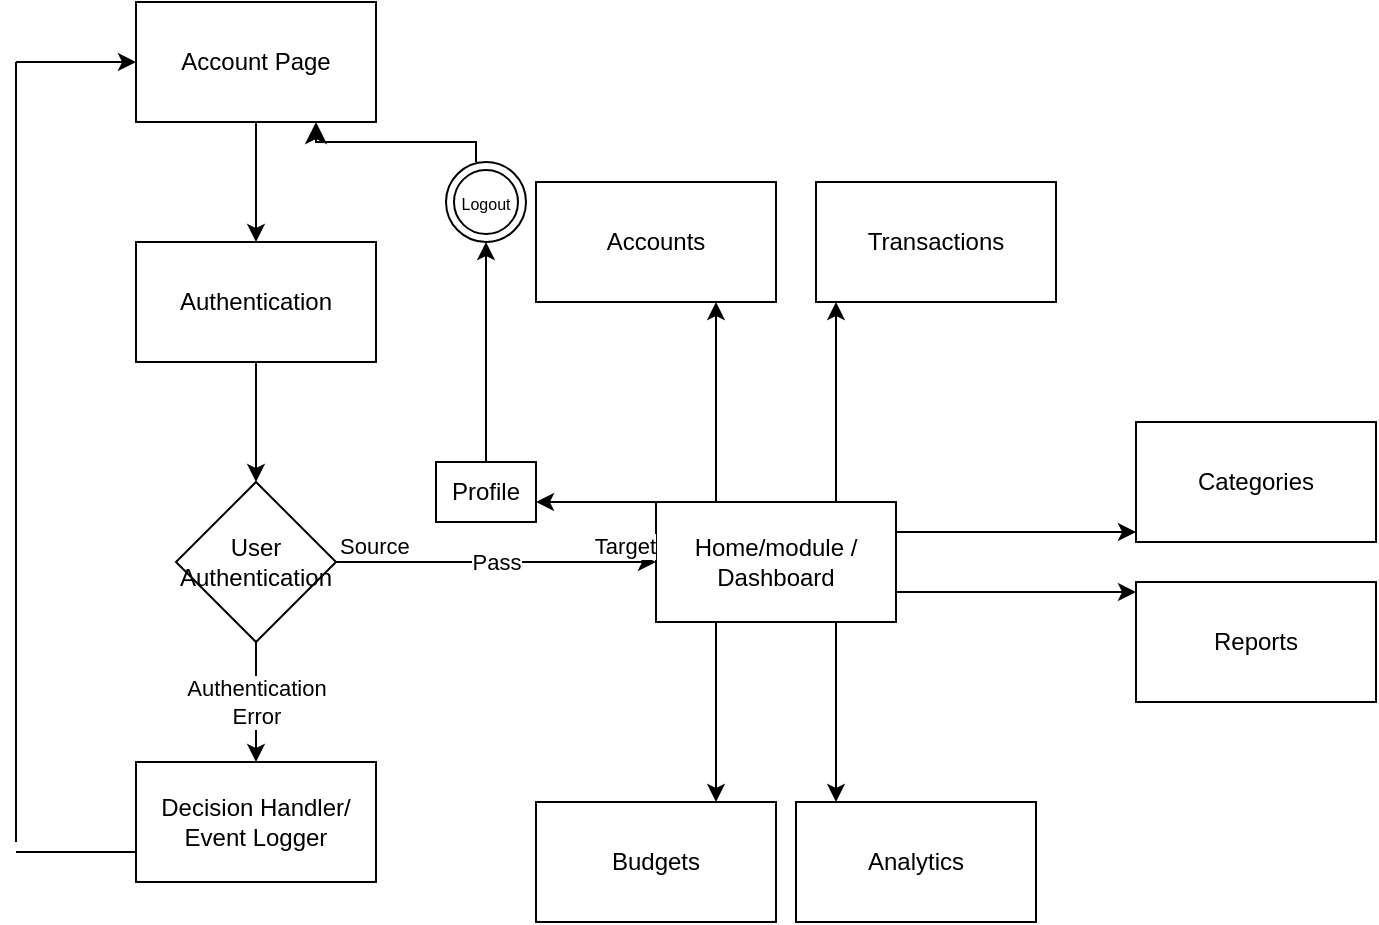
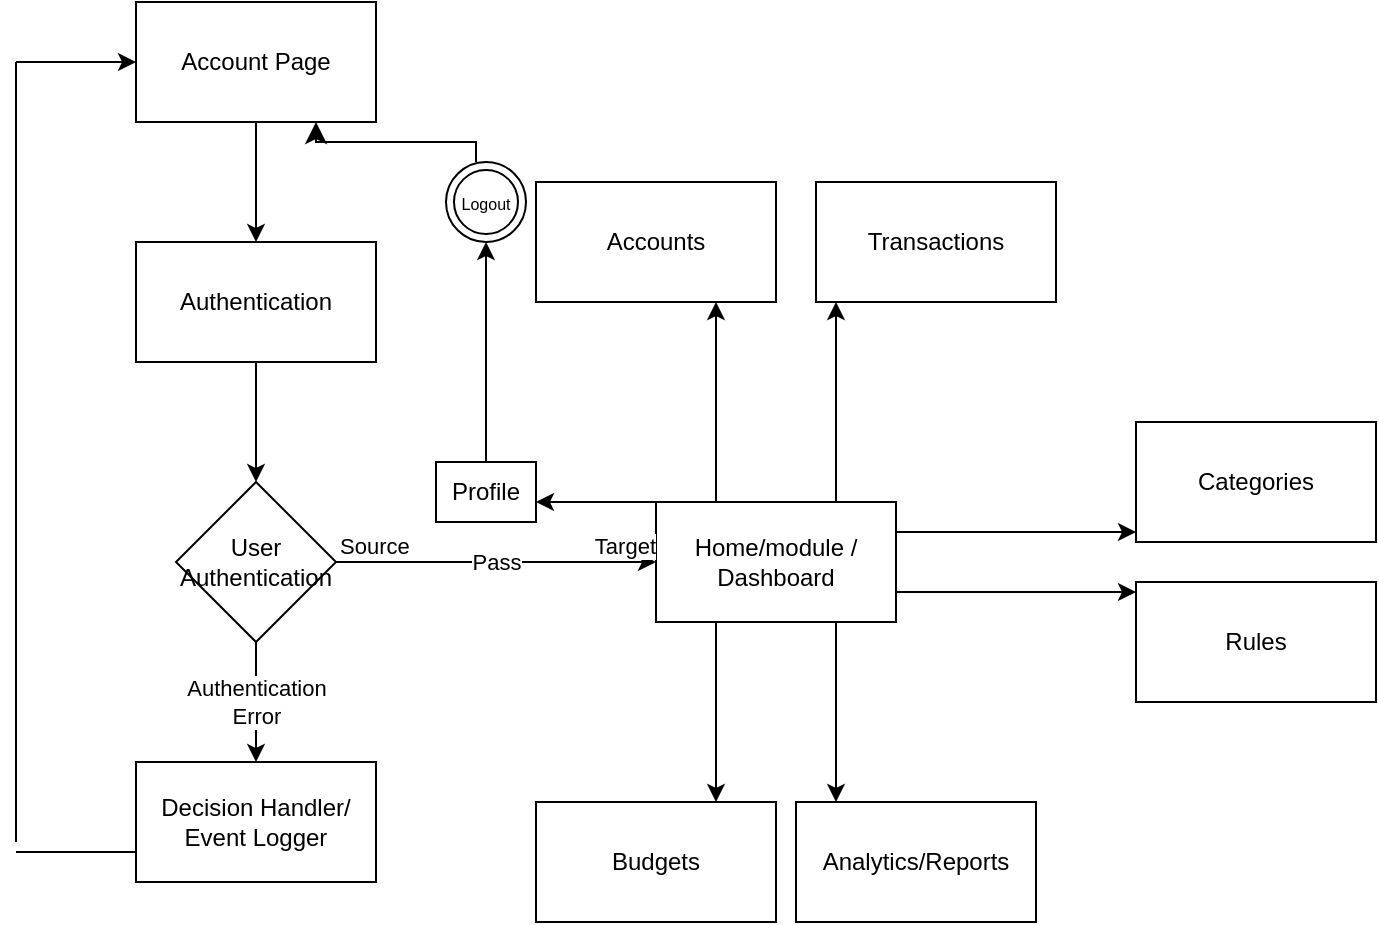
<mxfile host="app.diagrams.net" agent="Mozilla/5.0 (Windows NT 10.0; Win64; x64) AppleWebKit/537.36 (KHTML, like Gecko) Chrome/139.0.0.0 Safari/537.36" version="28.1.0">
  <diagram name="Page-1" id="GulApN4WPxvMzPRhlIXC">
    <mxGraphModel dx="1881" dy="541" grid="1" gridSize="10" guides="1" tooltips="1" connect="1" arrows="1" fold="1" page="1" pageScale="1" pageWidth="850" pageHeight="1100" math="0" shadow="0">
      <root>
        <mxCell id="0" />
        <mxCell id="1" parent="0" />
        <mxCell id="rlmv7btFgNykXjglH9dx-1" value="Account Page" style="rounded=0;whiteSpace=wrap;html=1;" parent="1" vertex="1">
          <mxGeometry x="20" y="80" width="120" height="60" as="geometry" />
        </mxCell>
        <mxCell id="rlmv7btFgNykXjglH9dx-2" value="" style="endArrow=classic;html=1;rounded=0;exitX=0.5;exitY=1;exitDx=0;exitDy=0;entryX=0.5;entryY=0;entryDx=0;entryDy=0;" parent="1" source="rlmv7btFgNykXjglH9dx-1" target="rlmv7btFgNykXjglH9dx-4" edge="1">
          <mxGeometry width="50" height="50" relative="1" as="geometry">
            <mxPoint x="90" y="150" as="sourcePoint" />
            <mxPoint x="240" y="110" as="targetPoint" />
          </mxGeometry>
        </mxCell>
        <mxCell id="rlmv7btFgNykXjglH9dx-4" value="Authentication" style="rounded=0;whiteSpace=wrap;html=1;" parent="1" vertex="1">
          <mxGeometry x="20" y="200" width="120" height="60" as="geometry" />
        </mxCell>
        <mxCell id="rlmv7btFgNykXjglH9dx-6" value="User Authentication" style="rhombus;whiteSpace=wrap;html=1;" parent="1" vertex="1">
          <mxGeometry x="40" y="320" width="80" height="80" as="geometry" />
        </mxCell>
        <mxCell id="rlmv7btFgNykXjglH9dx-7" value="" style="endArrow=classic;html=1;rounded=0;exitX=0.5;exitY=1;exitDx=0;exitDy=0;" parent="1" source="rlmv7btFgNykXjglH9dx-4" target="rlmv7btFgNykXjglH9dx-6" edge="1">
          <mxGeometry width="50" height="50" relative="1" as="geometry">
            <mxPoint x="80" y="280" as="sourcePoint" />
            <mxPoint x="130" y="230" as="targetPoint" />
          </mxGeometry>
        </mxCell>
        <mxCell id="rlmv7btFgNykXjglH9dx-11" value="Home/module / Dashboard" style="rounded=0;whiteSpace=wrap;html=1;" parent="1" vertex="1">
          <mxGeometry x="280" y="330" width="120" height="60" as="geometry" />
        </mxCell>
        <mxCell id="rlmv7btFgNykXjglH9dx-12" value="Pass" style="endArrow=classic;html=1;rounded=0;entryX=0;entryY=0.5;entryDx=0;entryDy=0;" parent="1" target="rlmv7btFgNykXjglH9dx-11" edge="1">
          <mxGeometry relative="1" as="geometry">
            <mxPoint x="120" y="360" as="sourcePoint" />
            <mxPoint x="240" y="360" as="targetPoint" />
          </mxGeometry>
        </mxCell>
        <mxCell id="rlmv7btFgNykXjglH9dx-14" value="Source" style="edgeLabel;resizable=0;html=1;;align=left;verticalAlign=bottom;" parent="rlmv7btFgNykXjglH9dx-12" connectable="0" vertex="1">
          <mxGeometry x="-1" relative="1" as="geometry" />
        </mxCell>
        <mxCell id="rlmv7btFgNykXjglH9dx-15" value="Target" style="edgeLabel;resizable=0;html=1;;align=right;verticalAlign=bottom;" parent="rlmv7btFgNykXjglH9dx-12" connectable="0" vertex="1">
          <mxGeometry x="1" relative="1" as="geometry" />
        </mxCell>
        <mxCell id="rlmv7btFgNykXjglH9dx-16" value="Decision Handler/ Event Logger" style="rounded=0;whiteSpace=wrap;html=1;" parent="1" vertex="1">
          <mxGeometry x="20" y="460" width="120" height="60" as="geometry" />
        </mxCell>
        <mxCell id="rlmv7btFgNykXjglH9dx-18" value="" style="endArrow=classic;html=1;rounded=0;exitX=0.5;exitY=1;exitDx=0;exitDy=0;entryX=0.5;entryY=0;entryDx=0;entryDy=0;" parent="1" source="rlmv7btFgNykXjglH9dx-6" target="rlmv7btFgNykXjglH9dx-16" edge="1">
          <mxGeometry relative="1" as="geometry">
            <mxPoint x="240" y="450" as="sourcePoint" />
            <mxPoint x="400" y="450" as="targetPoint" />
          </mxGeometry>
        </mxCell>
        <mxCell id="rlmv7btFgNykXjglH9dx-19" value="Authentication&lt;div&gt;Error&lt;/div&gt;" style="edgeLabel;resizable=0;html=1;;align=center;verticalAlign=middle;" parent="rlmv7btFgNykXjglH9dx-18" connectable="0" vertex="1">
          <mxGeometry relative="1" as="geometry" />
        </mxCell>
        <mxCell id="rlmv7btFgNykXjglH9dx-24" value="" style="endArrow=classic;html=1;rounded=0;entryX=0;entryY=0.5;entryDx=0;entryDy=0;" parent="1" target="rlmv7btFgNykXjglH9dx-1" edge="1">
          <mxGeometry width="50" height="50" relative="1" as="geometry">
            <mxPoint x="-40" y="110" as="sourcePoint" />
            <mxPoint x="220" y="240" as="targetPoint" />
          </mxGeometry>
        </mxCell>
        <mxCell id="rlmv7btFgNykXjglH9dx-26" value="" style="endArrow=none;html=1;rounded=0;" parent="1" edge="1">
          <mxGeometry width="50" height="50" relative="1" as="geometry">
            <mxPoint x="-40" y="110" as="sourcePoint" />
            <mxPoint x="-40" y="500" as="targetPoint" />
          </mxGeometry>
        </mxCell>
        <mxCell id="rlmv7btFgNykXjglH9dx-28" value="" style="endArrow=none;html=1;rounded=0;" parent="1" edge="1">
          <mxGeometry width="50" height="50" relative="1" as="geometry">
            <mxPoint x="-40" y="505" as="sourcePoint" />
            <mxPoint x="20" y="505" as="targetPoint" />
          </mxGeometry>
        </mxCell>
        <mxCell id="tjxwa1OgpTy0bqbMmFWm-2" value="" style="endArrow=classic;html=1;rounded=0;exitX=0.25;exitY=0;exitDx=0;exitDy=0;entryX=0.75;entryY=1;entryDx=0;entryDy=0;" edge="1" parent="1" source="rlmv7btFgNykXjglH9dx-11" target="tjxwa1OgpTy0bqbMmFWm-3">
          <mxGeometry width="50" height="50" relative="1" as="geometry">
            <mxPoint x="320" y="310" as="sourcePoint" />
            <mxPoint x="340" y="240" as="targetPoint" />
            <Array as="points" />
          </mxGeometry>
        </mxCell>
        <mxCell id="tjxwa1OgpTy0bqbMmFWm-3" value="Accounts" style="rounded=0;whiteSpace=wrap;html=1;" vertex="1" parent="1">
          <mxGeometry x="220" y="170" width="120" height="60" as="geometry" />
        </mxCell>
        <mxCell id="tjxwa1OgpTy0bqbMmFWm-4" value="Budgets" style="rounded=0;whiteSpace=wrap;html=1;" vertex="1" parent="1">
          <mxGeometry x="220" y="480" width="120" height="60" as="geometry" />
        </mxCell>
        <mxCell id="tjxwa1OgpTy0bqbMmFWm-5" value="" style="endArrow=classic;html=1;rounded=0;exitX=0.25;exitY=1;exitDx=0;exitDy=0;entryX=0.75;entryY=0;entryDx=0;entryDy=0;" edge="1" parent="1" source="rlmv7btFgNykXjglH9dx-11" target="tjxwa1OgpTy0bqbMmFWm-4">
          <mxGeometry width="50" height="50" relative="1" as="geometry">
            <mxPoint x="350" y="450" as="sourcePoint" />
            <mxPoint x="280" y="470" as="targetPoint" />
          </mxGeometry>
        </mxCell>
        <mxCell id="tjxwa1OgpTy0bqbMmFWm-6" value="" style="endArrow=classic;html=1;rounded=0;exitX=1;exitY=0.25;exitDx=0;exitDy=0;" edge="1" parent="1" source="rlmv7btFgNykXjglH9dx-11">
          <mxGeometry width="50" height="50" relative="1" as="geometry">
            <mxPoint x="460" y="350" as="sourcePoint" />
            <mxPoint x="520" y="345" as="targetPoint" />
          </mxGeometry>
        </mxCell>
        <mxCell id="tjxwa1OgpTy0bqbMmFWm-7" value="" style="endArrow=classic;html=1;rounded=0;exitX=0.75;exitY=1;exitDx=0;exitDy=0;" edge="1" parent="1" source="rlmv7btFgNykXjglH9dx-11">
          <mxGeometry width="50" height="50" relative="1" as="geometry">
            <mxPoint x="470" y="420" as="sourcePoint" />
            <mxPoint x="370" y="480" as="targetPoint" />
          </mxGeometry>
        </mxCell>
-         <mxCell id="tjxwa1OgpTy0bqbMmFWm-8" value="Analytics" style="rounded=0;whiteSpace=wrap;html=1;" vertex="1" parent="1">
+         <mxCell id="tjxwa1OgpTy0bqbMmFWm-8" value="Analytics/Reports" style="rounded=0;whiteSpace=wrap;html=1;" vertex="1" parent="1">
          <mxGeometry x="350" y="480" width="120" height="60" as="geometry" />
        </mxCell>
        <mxCell id="tjxwa1OgpTy0bqbMmFWm-9" value="Categories" style="rounded=0;whiteSpace=wrap;html=1;" vertex="1" parent="1">
          <mxGeometry x="520" y="290" width="120" height="60" as="geometry" />
        </mxCell>
        <mxCell id="tjxwa1OgpTy0bqbMmFWm-10" value="" style="endArrow=classic;html=1;rounded=0;exitX=1;exitY=0.75;exitDx=0;exitDy=0;" edge="1" parent="1" source="rlmv7btFgNykXjglH9dx-11">
          <mxGeometry width="50" height="50" relative="1" as="geometry">
            <mxPoint x="480" y="430" as="sourcePoint" />
            <mxPoint x="520" y="375" as="targetPoint" />
          </mxGeometry>
        </mxCell>
-         <mxCell id="tjxwa1OgpTy0bqbMmFWm-11" value="Reports" style="rounded=0;whiteSpace=wrap;html=1;" vertex="1" parent="1">
+         <mxCell id="tjxwa1OgpTy0bqbMmFWm-11" value="Rules" style="rounded=0;whiteSpace=wrap;html=1;" vertex="1" parent="1">
          <mxGeometry x="520" y="370" width="120" height="60" as="geometry" />
        </mxCell>
        <mxCell id="tjxwa1OgpTy0bqbMmFWm-12" value="" style="endArrow=classic;html=1;rounded=0;exitX=0.75;exitY=0;exitDx=0;exitDy=0;" edge="1" parent="1" source="rlmv7btFgNykXjglH9dx-11">
          <mxGeometry width="50" height="50" relative="1" as="geometry">
            <mxPoint x="380" y="310" as="sourcePoint" />
            <mxPoint x="370" y="230" as="targetPoint" />
          </mxGeometry>
        </mxCell>
        <mxCell id="tjxwa1OgpTy0bqbMmFWm-13" value="Transactions" style="rounded=0;whiteSpace=wrap;html=1;" vertex="1" parent="1">
          <mxGeometry x="360" y="170" width="120" height="60" as="geometry" />
        </mxCell>
        <mxCell id="tjxwa1OgpTy0bqbMmFWm-15" value="" style="endArrow=classic;html=1;rounded=0;exitX=0;exitY=0;exitDx=0;exitDy=0;" edge="1" parent="1" source="rlmv7btFgNykXjglH9dx-11">
          <mxGeometry width="50" height="50" relative="1" as="geometry">
            <mxPoint x="180" y="310" as="sourcePoint" />
            <mxPoint x="220" y="330" as="targetPoint" />
          </mxGeometry>
        </mxCell>
        <mxCell id="tjxwa1OgpTy0bqbMmFWm-16" value="Profile" style="rounded=0;whiteSpace=wrap;html=1;" vertex="1" parent="1">
          <mxGeometry x="170" y="310" width="50" height="30" as="geometry" />
        </mxCell>
        <mxCell id="tjxwa1OgpTy0bqbMmFWm-17" value="" style="endArrow=classic;html=1;rounded=0;exitX=0.5;exitY=0;exitDx=0;exitDy=0;" edge="1" parent="1" source="tjxwa1OgpTy0bqbMmFWm-16">
          <mxGeometry width="50" height="50" relative="1" as="geometry">
            <mxPoint x="160" y="300" as="sourcePoint" />
            <mxPoint x="195" y="200" as="targetPoint" />
          </mxGeometry>
        </mxCell>
        <mxCell id="tjxwa1OgpTy0bqbMmFWm-18" value="&lt;font style=&quot;font-size: 8px;&quot;&gt;Logout&lt;/font&gt;" style="ellipse;shape=doubleEllipse;whiteSpace=wrap;html=1;aspect=fixed;" vertex="1" parent="1">
          <mxGeometry x="175" y="160" width="40" height="40" as="geometry" />
        </mxCell>
        <mxCell id="tjxwa1OgpTy0bqbMmFWm-20" value="" style="edgeStyle=elbowEdgeStyle;elbow=vertical;endArrow=classic;html=1;curved=0;rounded=0;endSize=8;startSize=8;entryX=0.75;entryY=1;entryDx=0;entryDy=0;" edge="1" parent="1" target="rlmv7btFgNykXjglH9dx-1">
          <mxGeometry width="50" height="50" relative="1" as="geometry">
            <mxPoint x="190" y="160" as="sourcePoint" />
            <mxPoint x="240" y="110" as="targetPoint" />
          </mxGeometry>
        </mxCell>
      </root>
    </mxGraphModel>
  </diagram>
</mxfile>
